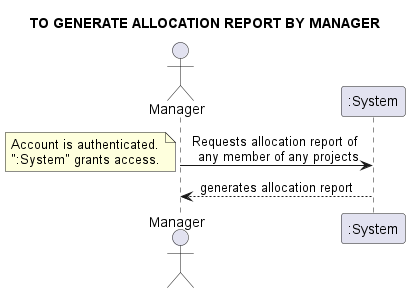
Above: docs/requirements_gathering/system_sequence_diagrams/021_to_generate_allocation_report_by_manager.png in Loracline/project_switch_22-23 (PlantUML), before the change. The source it was exported from:
```plantuml
@startuml
skinparam sequenceMessageAlign center
title TO GENERATE ALLOCATION REPORT BY MANAGER
actor "Manager" as PPS
PPS -> ":System": Requests allocation report of \n any member of any projects
note left
Account is authenticated.
":System" grants access.
end note
PPS <-- ":System": generates allocation report
@enduml
```
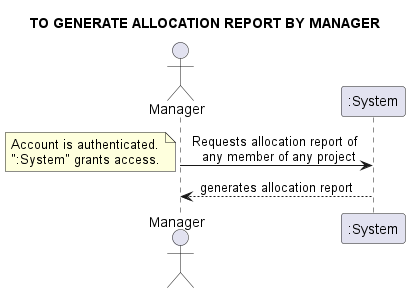
The same file after the commit.

The edit, as a diff of the source:
```diff
@@ -1,11 +1,11 @@
 @startuml
 skinparam sequenceMessageAlign center
 title TO GENERATE ALLOCATION REPORT BY MANAGER
-actor "Manager" as PPS
-PPS -> ":System": Requests allocation report of \n any member of any projects
+actor "Manager"
+"Manager" -> ":System": Requests allocation report of \n any member of any project
 note left
 Account is authenticated.
 ":System" grants access.
 end note
-PPS <-- ":System": generates allocation report
+"Manager" <-- ":System": generates allocation report
 @enduml
```
